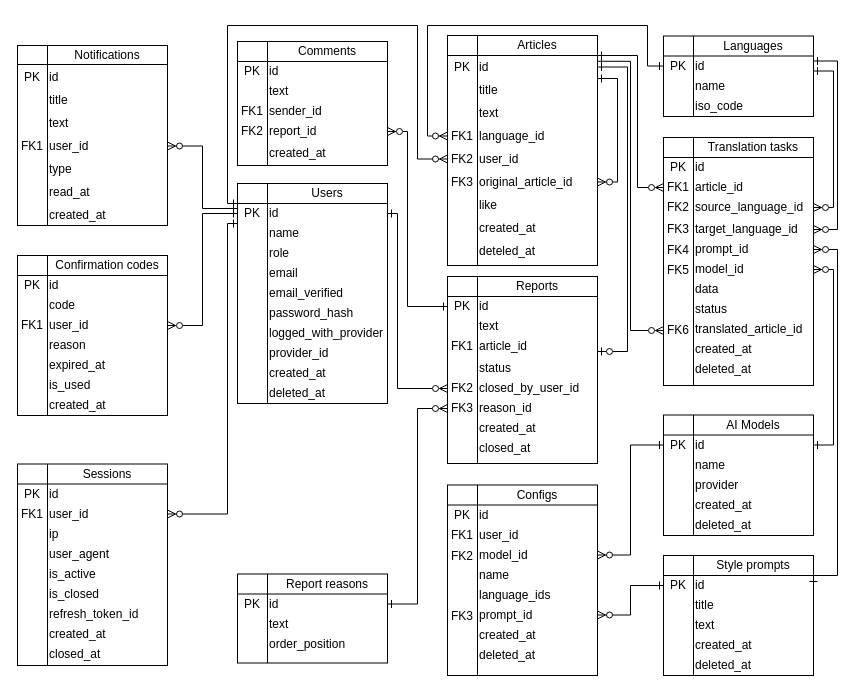
Before: _curse/docs/db-logic.drawio in XoJIoDuJIHuK/7-term, a draw.io diagram. Source tidied: cells renumbered, new cells numbered last; positions are measured from the earlier drawing's top-left corner, leaving out a move shared by most shapes. Both pictures are drawn from the tidied source at 100%, with x=0, y=0 at pixel (17, 25).
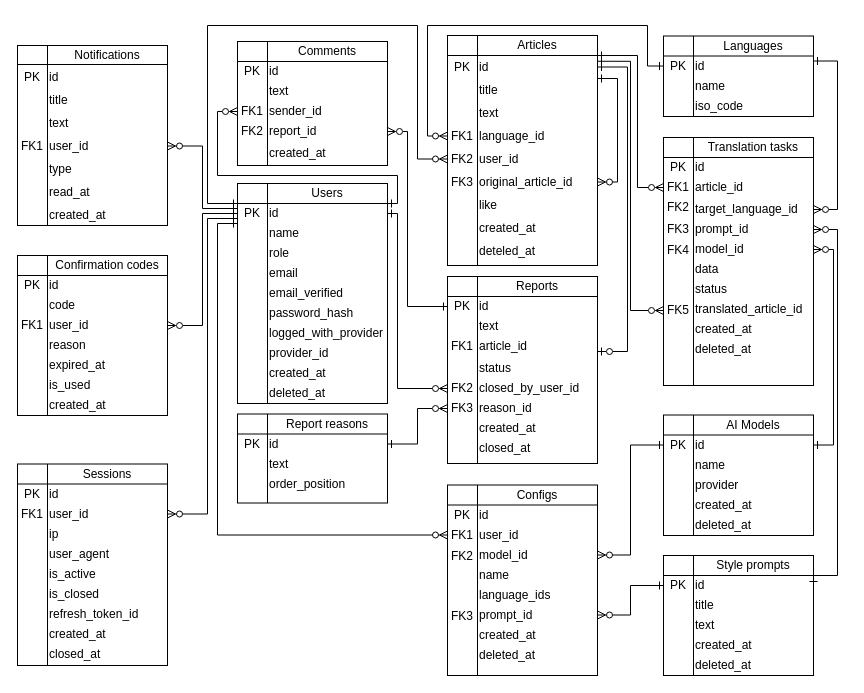
The same diagram, later.

Unchanged cells that the change refers to:
```xml
<mxCell id="13" value="user_id" style="text;html=1;align=left;verticalAlign=middle;whiteSpace=wrap;rounded=0;" parent="1" vertex="1">
  <mxGeometry x="30" y="478.5" width="120" height="20" as="geometry" />
</mxCell>
<mxCell id="26" value="id" style="text;html=1;align=left;verticalAlign=middle;whiteSpace=wrap;rounded=0;" parent="1" vertex="1">
  <mxGeometry x="250" y="178" width="120" height="20" as="geometry" />
</mxCell>
<mxCell id="40" value="PK" style="text;html=1;align=center;verticalAlign=middle;whiteSpace=wrap;rounded=0;" parent="1" vertex="1">
  <mxGeometry x="220" y="178" width="30" height="20" as="geometry" />
</mxCell>
<mxCell id="57" value="FK2" style="text;html=1;align=center;verticalAlign=middle;whiteSpace=wrap;rounded=0;" parent="1" vertex="1">
  <mxGeometry x="430" y="122" width="30" height="23" as="geometry" />
</mxCell>
<mxCell id="99" value="FK1" style="text;html=1;align=center;verticalAlign=middle;whiteSpace=wrap;rounded=0;" parent="1" vertex="1">
  <mxGeometry x="220" y="76" width="30" height="20" as="geometry" />
</mxCell>
<mxCell id="119" value="id" style="text;html=1;align=left;verticalAlign=middle;whiteSpace=wrap;rounded=0;" parent="1" vertex="1">
  <mxGeometry x="676" y="550" width="120" height="20" as="geometry" />
</mxCell>
<mxCell id="133" value="FK1" style="text;html=1;align=center;verticalAlign=middle;whiteSpace=wrap;rounded=0;" parent="1" vertex="1">
  <mxGeometry x="430" y="499.5" width="30" height="20" as="geometry" />
</mxCell>
<mxCell id="139" value="id" style="text;html=1;align=left;verticalAlign=middle;whiteSpace=wrap;rounded=0;" parent="1" vertex="1">
  <mxGeometry x="676" y="30.5" width="120" height="20" as="geometry" />
</mxCell>
```

Change to the diagram source:
```diff
@@
+    <mxCell id="169" style="edgeStyle=orthogonalEdgeStyle;rounded=0;jettySize=auto;html=1;exitX=1;exitY=0;exitDx=0;exitDy=0;entryX=0;entryY=0.5;entryDx=0;entryDy=0;startArrow=ERone;startFill=0;endArrow=ERzeroToMany;endFill=0;" parent="1" edge="1" source="26" target="99">
+      <mxGeometry relative="1" as="geometry">
+        <Array as="points">
+          <mxPoint x="380" y="178" />
+          <mxPoint x="380" y="150" />
+          <mxPoint x="200" y="150" />
+          <mxPoint x="200" y="86" />
+        </Array>
+      </mxGeometry>
+    </mxCell>
@@
     <mxCell id="36" style="edgeStyle=orthogonalEdgeStyle;rounded=0;jettySize=auto;html=1;exitX=0;exitY=0;exitDx=0;exitDy=0;entryX=0;entryY=0.5;entryDx=0;entryDy=0;startArrow=ERone;startFill=0;endArrow=ERzeroToMany;endFill=0;" parent="1" edge="1" source="40" target="57">
       <mxGeometry relative="1" as="geometry">
         <Array as="points">
-          <mxPoint x="210" y="178" />
-          <mxPoint x="210" />
+          <mxPoint x="190" y="178" />
+          <mxPoint x="190" />
           <mxPoint x="400" />
           <mxPoint x="400" y="134" />
         </Array>
       </mxGeometry>
     </mxCell>
@@
-    <mxCell id="39" style="edgeStyle=orthogonalEdgeStyle;rounded=0;jettySize=auto;html=1;exitX=0;exitY=1;exitDx=0;exitDy=0;entryX=1;entryY=0.5;entryDx=0;entryDy=0;startArrow=ERone;startFill=0;endArrow=ERzeroToMany;endFill=0;" parent="1" edge="1" source="40" target="13">
+    <mxCell id="39" style="edgeStyle=orthogonalEdgeStyle;rounded=0;jettySize=auto;html=1;exitX=0;exitY=0.75;exitDx=0;exitDy=0;entryX=1;entryY=0.5;entryDx=0;entryDy=0;startArrow=ERone;startFill=0;endArrow=ERzeroToMany;endFill=0;" parent="1" edge="1" source="40" target="13">
       <mxGeometry relative="1" as="geometry">
         <Array as="points">
-          <mxPoint x="210" y="198" />
-          <mxPoint x="210" y="489" />
+          <mxPoint x="190" y="193" />
+          <mxPoint x="190" y="489" />
         </Array>
       </mxGeometry>
     </mxCell>
+    <mxCell id="170" style="edgeStyle=orthogonalEdgeStyle;rounded=0;jettySize=auto;html=1;exitX=0;exitY=1;exitDx=0;exitDy=0;entryX=0;entryY=0.5;entryDx=0;entryDy=0;startArrow=ERone;startFill=0;endArrow=ERzeroToMany;endFill=0;" parent="1" edge="1" source="40" target="133">
+      <mxGeometry relative="1" as="geometry">
+        <Array as="points">
+          <mxPoint x="200" y="198" />
+          <mxPoint x="200" y="509" />
+        </Array>
+      </mxGeometry>
+    </mxCell>
@@
     <mxCell id="70" style="shape=internalStorage;whiteSpace=wrap;html=1;backgroundOutline=1;dx=30;dy=20;" parent="1" vertex="1">
-      <mxGeometry x="220" y="548.5" width="150" height="89" as="geometry" />
+      <mxGeometry x="220" y="388.5" width="150" height="89" as="geometry" />
     </mxCell>
     <mxCell id="71" value="Report reasons" style="text;html=1;align=center;verticalAlign=middle;whiteSpace=wrap;rounded=0;" parent="1" vertex="1">
-      <mxGeometry x="250" y="548.5" width="120" height="20" as="geometry" />
+      <mxGeometry x="250" y="388.5" width="120" height="20" as="geometry" />
     </mxCell>
@@
     <mxCell id="73" value="id" style="text;html=1;align=left;verticalAlign=middle;whiteSpace=wrap;rounded=0;" parent="1" vertex="1">
-      <mxGeometry x="250" y="568.5" width="120" height="20" as="geometry" />
+      <mxGeometry x="250" y="408.5" width="120" height="20" as="geometry" />
     </mxCell>
     <mxCell id="74" value="text" style="text;html=1;align=left;verticalAlign=middle;whiteSpace=wrap;rounded=0;" parent="1" vertex="1">
-      <mxGeometry x="250" y="588.5" width="120" height="20" as="geometry" />
+      <mxGeometry x="250" y="428.5" width="120" height="20" as="geometry" />
     </mxCell>
     <mxCell id="75" value="order_position" style="text;html=1;align=left;verticalAlign=middle;whiteSpace=wrap;rounded=0;" parent="1" vertex="1">
-      <mxGeometry x="250" y="608.5" width="120" height="20" as="geometry" />
+      <mxGeometry x="250" y="448.5" width="120" height="20" as="geometry" />
     </mxCell>
     <mxCell id="76" value="PK" style="text;html=1;align=center;verticalAlign=middle;whiteSpace=wrap;rounded=0;" parent="1" vertex="1">
-      <mxGeometry x="220" y="568.5" width="30" height="20" as="geometry" />
+      <mxGeometry x="220" y="408.5" width="30" height="20" as="geometry" />
     </mxCell>
@@
-    <mxCell id="105" value="source_language_id" style="text;html=1;align=left;verticalAlign=middle;whiteSpace=wrap;rounded=0;" parent="1" vertex="1">
-      <mxGeometry x="676" y="172" width="120" height="20" as="geometry" />
-    </mxCell>
@@
     <mxCell id="107" value="target_language_id" style="text;html=1;align=left;verticalAlign=middle;whiteSpace=wrap;rounded=0;" parent="1" vertex="1">
-      <mxGeometry x="676" y="194" width="120" height="20" as="geometry" />
+      <mxGeometry x="676" y="174" width="120" height="20" as="geometry" />
     </mxCell>
     <mxCell id="108" value="status" style="text;html=1;align=left;verticalAlign=middle;whiteSpace=wrap;rounded=0;" parent="1" vertex="1">
-      <mxGeometry x="676" y="274" width="120" height="20" as="geometry" />
+      <mxGeometry x="676" y="254" width="120" height="20" as="geometry" />
     </mxCell>
     <mxCell id="109" value="translated_article_id" style="text;html=1;align=left;verticalAlign=middle;whiteSpace=wrap;rounded=0;" parent="1" vertex="1">
-      <mxGeometry x="676" y="294" width="120" height="20" as="geometry" />
+      <mxGeometry x="676" y="274" width="120" height="20" as="geometry" />
     </mxCell>
@@
     <mxCell id="112" value="created_at" style="text;html=1;align=left;verticalAlign=middle;whiteSpace=wrap;rounded=0;" parent="1" vertex="1">
-      <mxGeometry x="676" y="314" width="120" height="20" as="geometry" />
+      <mxGeometry x="676" y="294" width="120" height="20" as="geometry" />
     </mxCell>
     <mxCell id="113" value="deleted_at" style="text;html=1;align=left;verticalAlign=middle;whiteSpace=wrap;rounded=0;" parent="1" vertex="1">
-      <mxGeometry x="676" y="334" width="120" height="20" as="geometry" />
+      <mxGeometry x="676" y="314" width="120" height="20" as="geometry" />
     </mxCell>
@@
     <mxCell id="118" style="edgeStyle=orthogonalEdgeStyle;rounded=0;jettySize=auto;html=1;exitX=1;exitY=0.5;exitDx=0;exitDy=0;entryX=1;entryY=0.5;entryDx=0;entryDy=0;startArrow=ERone;startFill=0;endArrow=ERzeroToMany;endFill=0;" parent="1" edge="1" source="119" target="162">
       <mxGeometry relative="1" as="geometry">
         <Array as="points">
+          <mxPoint x="796" y="550" />
           <mxPoint x="820" y="550" />
-          <mxPoint x="820" y="224" />
+          <mxPoint x="820" y="204" />
         </Array>
       </mxGeometry>
     </mxCell>
@@
-    <mxCell id="138" style="edgeStyle=orthogonalEdgeStyle;rounded=0;jettySize=auto;html=1;exitX=1;exitY=0.75;exitDx=0;exitDy=0;entryX=1;entryY=0.5;entryDx=0;entryDy=0;startArrow=ERone;startFill=0;endArrow=ERzeroToMany;endFill=0;" parent="1" edge="1" source="139" target="105">
-      <mxGeometry relative="1" as="geometry" />
-    </mxCell>
@@
     <mxCell id="162" value="prompt_id" style="text;html=1;align=left;verticalAlign=middle;whiteSpace=wrap;rounded=0;" parent="1" vertex="1">
-      <mxGeometry x="676" y="214" width="120" height="20" as="geometry" />
+      <mxGeometry x="676" y="194" width="120" height="20" as="geometry" />
     </mxCell>
     <mxCell id="163" value="model_id" style="text;html=1;align=left;verticalAlign=middle;whiteSpace=wrap;rounded=0;" parent="1" vertex="1">
-      <mxGeometry x="676" y="234" width="120" height="20" as="geometry" />
+      <mxGeometry x="676" y="214" width="120" height="20" as="geometry" />
     </mxCell>
     <mxCell id="164" value="data" style="text;html=1;align=left;verticalAlign=middle;whiteSpace=wrap;rounded=0;" parent="1" vertex="1">
-      <mxGeometry x="676" y="254" width="120" height="20" as="geometry" />
+      <mxGeometry x="676" y="234" width="120" height="20" as="geometry" />
     </mxCell>
-    <mxCell id="165" value="FK5" style="text;html=1;align=center;verticalAlign=middle;whiteSpace=wrap;rounded=0;" parent="1" vertex="1">
-      <mxGeometry x="646" y="235" width="30" height="20" as="geometry" />
-    </mxCell>
-    <mxCell id="166" value="FK6" style="text;html=1;align=center;verticalAlign=middle;whiteSpace=wrap;rounded=0;" parent="1" vertex="1">
-      <mxGeometry x="646" y="295" width="30" height="20" as="geometry" />
+    <mxCell id="166" value="FK5" style="text;html=1;align=center;verticalAlign=middle;whiteSpace=wrap;rounded=0;" parent="1" vertex="1">
+      <mxGeometry x="646" y="275" width="30" height="20" as="geometry" />
     </mxCell>
     <mxCell id="167" style="edgeStyle=orthogonalEdgeStyle;rounded=0;jettySize=auto;html=1;exitX=1;exitY=0.25;exitDx=0;exitDy=0;entryX=1;entryY=0.5;entryDx=0;entryDy=0;startArrow=ERone;startFill=0;endArrow=ERzeroToMany;endFill=0;" parent="1" edge="1" source="139" target="107">
       <mxGeometry relative="1" as="geometry">
         <Array as="points">
-          <mxPoint x="820" y="36" />
-          <mxPoint x="820" y="204" />
+          <mxPoint x="820" y="35" />
+          <mxPoint x="820" y="184" />
         </Array>
       </mxGeometry>
     </mxCell>
```
